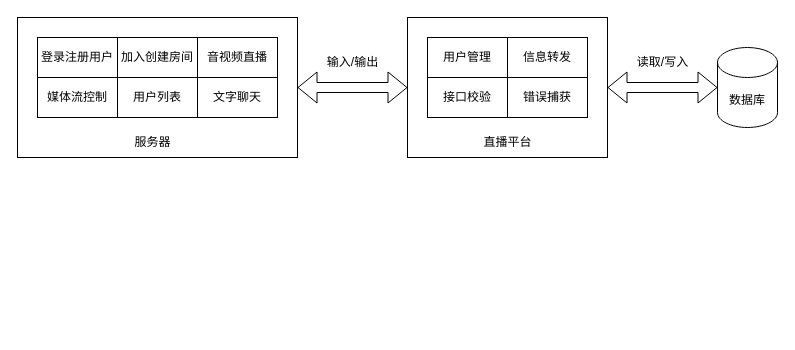
Above: crafts/constructures/moduleConstructure.drawio in HaoquanLuo/webrtc-tsx (draw.io), before the change. Source tidied: cells renumbered, new cells numbered last; positions are measured from the earlier drawing's top-left corner, leaving out a move shared by most shapes. Both pictures are drawn from the tidied source at 100%, with x=0, y=0 at pixel (17, 17).
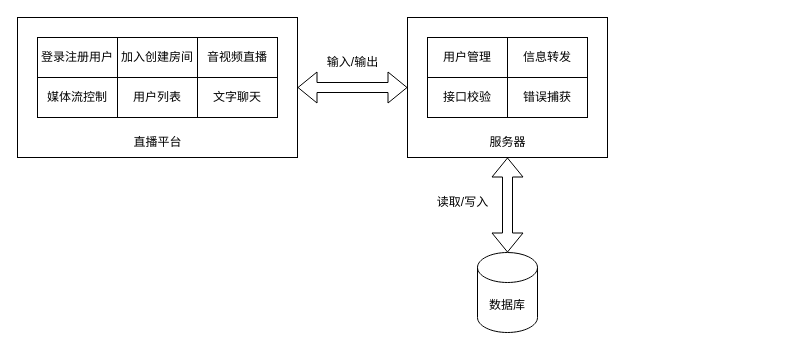
The same page after the edit.

Commit message:
chore: fix the name error

The change refers to these unchanged cells:
```xml
<mxCell id="2" style="whiteSpace=wrap;html=1;" parent="1" vertex="1">
  <mxGeometry x="390" width="200" height="140" as="geometry" />
</mxCell>
```

What changed in the source:
```diff
@@
     <mxCell id="18" value="服务器" style="text;html=1;align=center;verticalAlign=middle;strokeColor=none;fillColor=none;" parent="1" vertex="1">
-      <mxGeometry x="105" y="110" width="60" height="30" as="geometry" />
+      <mxGeometry x="460" y="110" width="60" height="30" as="geometry" />
     </mxCell>
     <mxCell id="19" value="直播平台" style="text;html=1;align=center;verticalAlign=middle;strokeColor=none;fillColor=none;" parent="1" vertex="1">
-      <mxGeometry x="455" y="110" width="70" height="30" as="geometry" />
+      <mxGeometry x="105" y="110" width="70" height="30" as="geometry" />
     </mxCell>
@@
     <mxCell id="21" value="数据库" style="shape=cylinder3;whiteSpace=wrap;html=1;boundedLbl=1;backgroundOutline=1;size=15;" parent="1" vertex="1">
-      <mxGeometry x="700" y="30" width="60" height="80" as="geometry" />
+      <mxGeometry x="460" y="235" width="60" height="80" as="geometry" />
     </mxCell>
     <mxCell id="22" value="读取/写入" style="text;html=1;align=center;verticalAlign=middle;strokeColor=none;fillColor=none;" parent="1" vertex="1">
-      <mxGeometry x="610" y="30" width="70" height="30" as="geometry" />
+      <mxGeometry x="410" y="170" width="70" height="30" as="geometry" />
     </mxCell>
@@
-    <mxCell id="24" style="shape=flexArrow;endArrow=classic;startArrow=classic;html=1;entryX=0;entryY=0.5;entryDx=0;entryDy=0;exitX=1;exitY=0.5;exitDx=0;exitDy=0;entryPerimeter=0;" parent="1" edge="1" source="2" target="21">
+    <mxCell id="24" style="shape=flexArrow;endArrow=classic;startArrow=classic;html=1;entryX=0.5;entryY=0;entryDx=0;entryDy=0;entryPerimeter=0;exitX=0.5;exitY=1;exitDx=0;exitDy=0;" parent="1" edge="1" source="2" target="21">
       <mxGeometry relative="1" as="geometry" />
     </mxCell>
```
